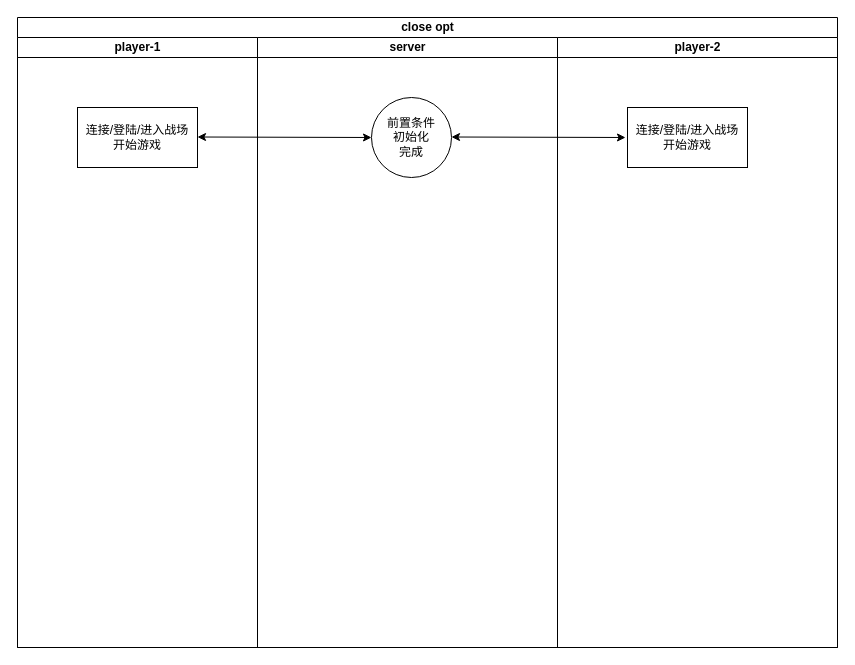
This is 帧同步-Player-双方-close.drawio from mqzhifu/drawpic, a draw.io file, before an edit. Source tidied: cells renumbered, new cells numbered last; positions are measured from the earlier drawing's top-left corner, leaving out a move shared by most shapes. Both pictures are drawn from the tidied source at 100%, with x=0, y=0 at pixel (17, 17).
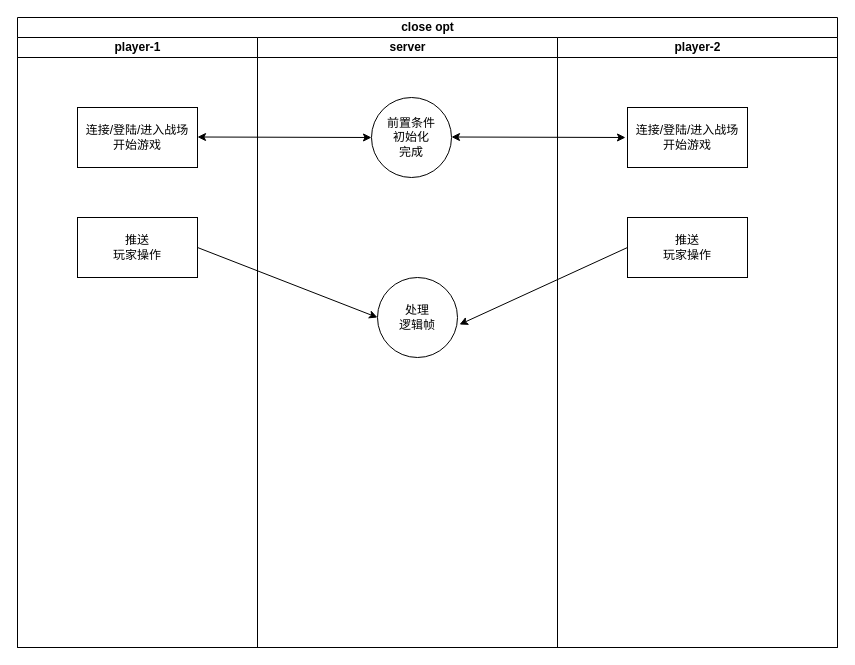
After the change.

Commit message (it also covers changes not shown here):
Update 帧同步-Player-双方-close.drawio

Diff of the diagram source:
```diff
@@
 <mxGraphModel>
   <root>
     <mxCell id="0" />
     <mxCell id="1" parent="0" />
     <mxCell id="2" value="close opt" style="swimlane;html=1;startSize=20;" parent="1" vertex="1">
       <mxGeometry width="820" height="630" as="geometry" />
     </mxCell>
     <mxCell id="3" value="player-1" style="swimlane;html=1;startSize=20;" parent="2" vertex="1">
       <mxGeometry y="20" width="240" height="610" as="geometry" />
     </mxCell>
     <mxCell id="4" value="连接/登陆/进入战场&lt;br&gt;开始游戏" style="rounded=0;whiteSpace=wrap;html=1;" parent="3" vertex="1">
       <mxGeometry x="60" y="70" width="120" height="60" as="geometry" />
     </mxCell>
     <mxCell id="5" style="endArrow=classic;startArrow=classic;html=1;entryX=0;entryY=0.5;entryDx=0;entryDy=0;" parent="3" edge="1" target="7">
       <mxGeometry relative="1" as="geometry">
         <mxPoint x="180" y="99.5" as="sourcePoint" />
       </mxGeometry>
     </mxCell>
+    <mxCell id="11" value="推送&lt;br&gt;玩家操作" style="rounded=0;whiteSpace=wrap;html=1;" parent="3" vertex="1">
+      <mxGeometry x="60" y="180" width="120" height="60" as="geometry" />
+    </mxCell>
     <mxCell id="6" value="server" style="swimlane;html=1;startSize=20;" parent="2" vertex="1">
       <mxGeometry x="240" y="20" width="300" height="610" as="geometry" />
     </mxCell>
     <mxCell id="7" value="前置条件&lt;br&gt;初始化&lt;br&gt;完成" style="ellipse;whiteSpace=wrap;html=1;" parent="6" vertex="1">
       <mxGeometry x="114" y="60" width="80" height="80" as="geometry" />
     </mxCell>
+    <mxCell id="12" value="处理&lt;br&gt;逻辑帧" style="ellipse;whiteSpace=wrap;html=1;" parent="6" vertex="1">
+      <mxGeometry x="120" y="240" width="80" height="80" as="geometry" />
+    </mxCell>
     <mxCell id="8" value="player-2" style="swimlane;html=1;startSize=20;" parent="2" vertex="1">
       <mxGeometry x="540" y="20" width="280" height="610" as="geometry" />
     </mxCell>
     <mxCell id="9" value="连接/登陆/进入战场&lt;br&gt;开始游戏" style="rounded=0;whiteSpace=wrap;html=1;" parent="8" vertex="1">
       <mxGeometry x="70" y="70" width="120" height="60" as="geometry" />
     </mxCell>
     <mxCell id="10" style="endArrow=classic;startArrow=classic;html=1;entryX=0;entryY=0.5;entryDx=0;entryDy=0;" parent="8" edge="1">
       <mxGeometry relative="1" as="geometry">
         <mxPoint x="-106" y="99.5" as="sourcePoint" />
         <mxPoint x="68" y="100" as="targetPoint" />
       </mxGeometry>
     </mxCell>
+    <mxCell id="13" value="推送&lt;br&gt;玩家操作" style="rounded=0;whiteSpace=wrap;html=1;" parent="8" vertex="1">
+      <mxGeometry x="70" y="180" width="120" height="60" as="geometry" />
+    </mxCell>
+    <mxCell id="14" style="endArrow=classic;html=1;entryX=1.025;entryY=0.588;entryDx=0;entryDy=0;entryPerimeter=0;" parent="8" edge="1" target="12">
+      <mxGeometry relative="1" as="geometry">
+        <mxPoint x="70" y="210" as="sourcePoint" />
+      </mxGeometry>
+    </mxCell>
+    <mxCell id="15" style="endArrow=classic;html=1;entryX=0;entryY=0.5;entryDx=0;entryDy=0;exitX=1;exitY=0.5;exitDx=0;exitDy=0;" parent="2" edge="1" source="11" target="12">
+      <mxGeometry relative="1" as="geometry" />
+    </mxCell>
   </root>
 </mxGraphModel>
```
